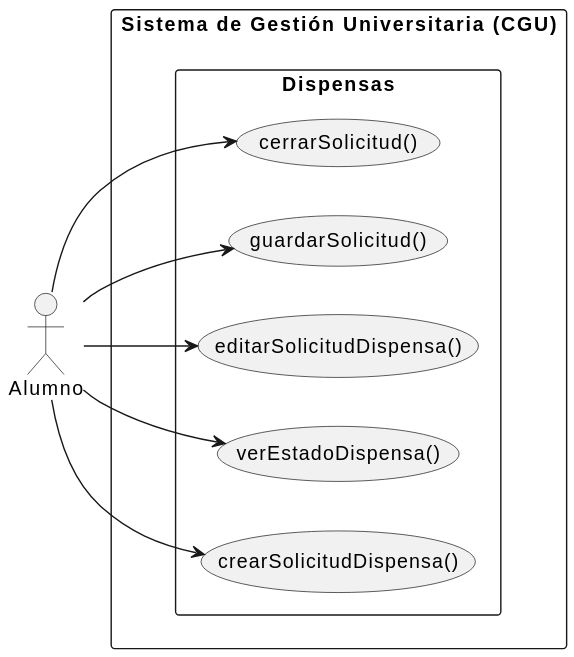
The PlantUML diagram documents/CasosDeUso/CasoDeUso/Alumno/DdCdU.svg in enmabry/25-26-IdSw1-SdR, before a commit.
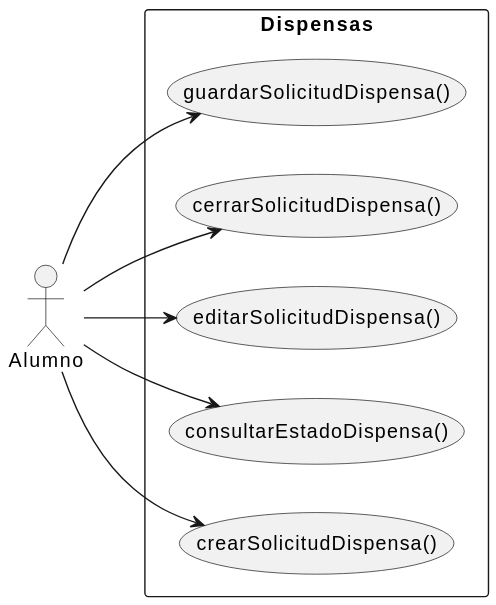
After the commit.

What changed in the source:
```diff
@@ -4,21 +4,19 @@
 
 actor Alumno
 
-rectangle "Sistema de Gestión Universitaria (CGU)" {
-
     package "Dispensas" {
-        usecase "crearSolicitudDispensa()"  as CrearSolicitudDispensa
-        usecase "verEstadoDispensa()"       as VerEstadoDispensa
-        usecase "editarSolicitudDispensa()" as EditarSolicitudDispensa
-        usecase "guardarSolicitud()"        as GuardarSolicitud
-        usecase "cerrarSolicitud()"         as CerrarSolicitud
+        usecase "crearSolicitudDispensa()"   as CrearSolicitudDispensa
+        usecase "consultarEstadoDispensa()"        as ConsultarEstadoDispensa
+        usecase "editarSolicitudDispensa()"  as EditarSolicitudDispensa
+        usecase "cerrarSolicitudDispensa()"  as CerrarSolicitudDispensa
+        usecase "guardarSolicitudDispensa()"  as GuardarSolicitudDispensa
     }
 
-}
+
 
 Alumno --> CrearSolicitudDispensa
-Alumno --> VerEstadoDispensa
+Alumno --> ConsultarEstadoDispensa
 Alumno --> EditarSolicitudDispensa
-Alumno --> GuardarSolicitud
-Alumno --> CerrarSolicitud
+Alumno --> CerrarSolicitudDispensa
+Alumno --> GuardarSolicitudDispensa
 @enduml
```
